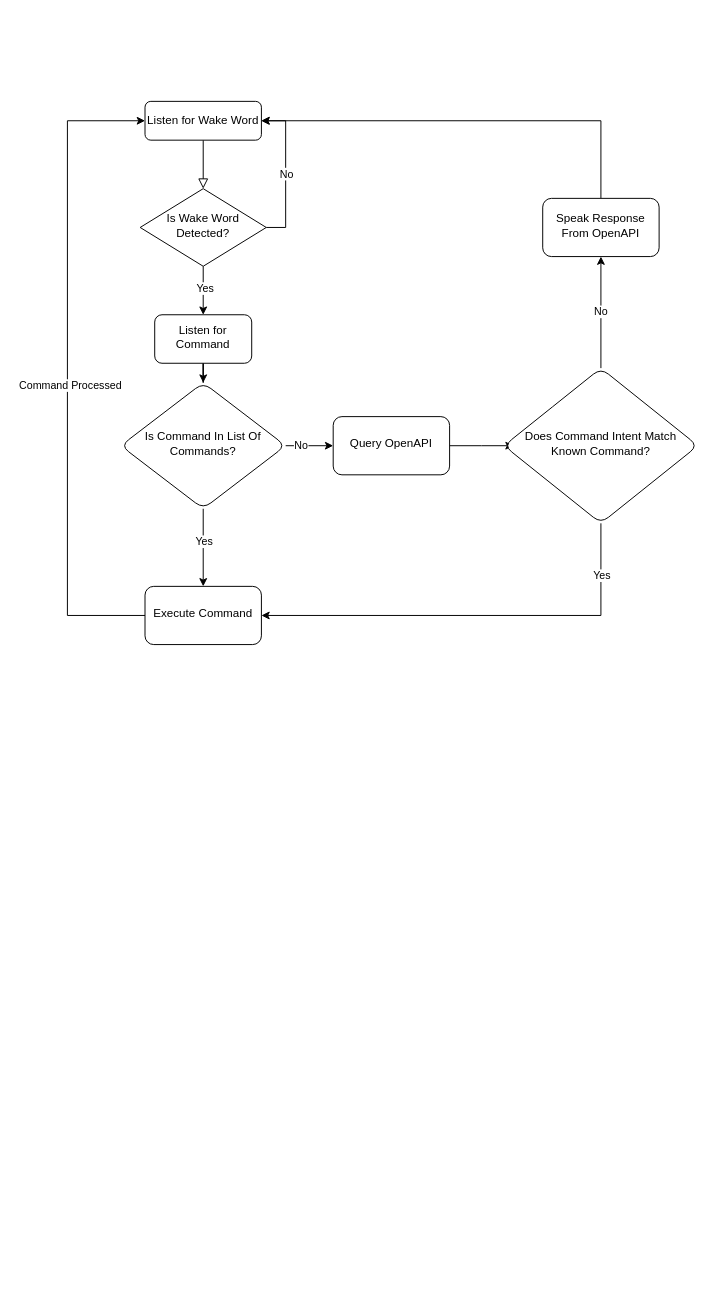
This is Logic_Diagram.drawio from mimcmahon20/Jarvis, a draw.io file, before an edit. Source tidied: cells renumbered, new cells numbered last; positions are measured from the earlier drawing's top-left corner, leaving out a move shared by most shapes. Both pictures are drawn from the tidied source at 97%, with x=0, y=0 at pixel (67, 101).
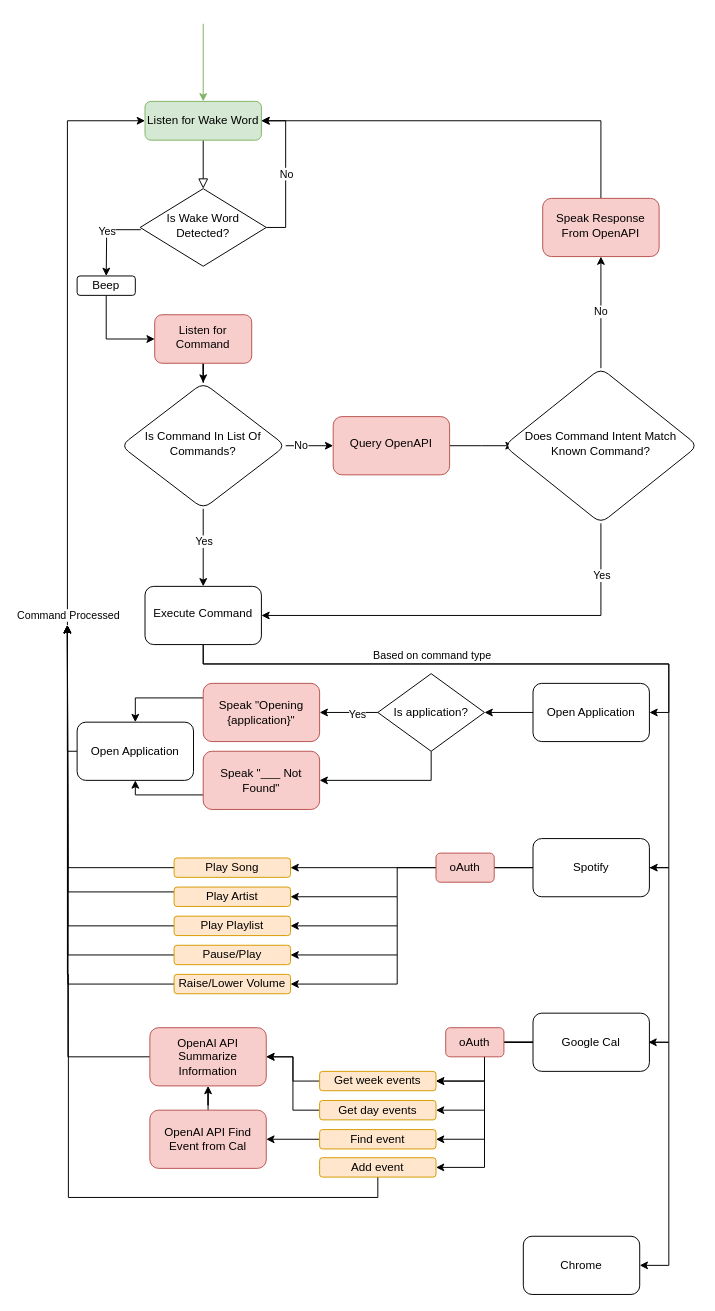
The same diagram, later.

The change refers to these unchanged cells:
```xml
<mxCell id="8" value="Is Wake Word Detected?" style="rhombus;whiteSpace=wrap;html=1;shadow=0;fontFamily=Helvetica;fontSize=12;align=center;strokeWidth=1;spacing=6;spacingTop=-4;" parent="1" vertex="1">
  <mxGeometry x="75" y="90" width="130" height="80" as="geometry" />
</mxCell>
<mxCell id="18" value="Execute Command" style="whiteSpace=wrap;html=1;rounded=1;shadow=0;strokeWidth=1;spacing=6;spacingTop=-4;" parent="1" vertex="1">
  <mxGeometry x="80" y="500" width="120" height="60" as="geometry" />
</mxCell>
```

Change to the diagram source:
```diff
@@
-    <mxCell id="3" value="Listen for Wake Word" style="rounded=1;whiteSpace=wrap;html=1;fontSize=12;glass=0;strokeWidth=1;shadow=0;" parent="1" vertex="1">
+    <mxCell id="3" value="Listen for Wake Word" style="rounded=1;whiteSpace=wrap;html=1;fontSize=12;glass=0;strokeWidth=1;shadow=0;fillColor=#d5e8d4;strokeColor=#82b366;" parent="1" vertex="1">
       <mxGeometry x="80" width="120" height="40" as="geometry" />
     </mxCell>
-    <mxCell id="4" style="edgeStyle=orthogonalEdgeStyle;rounded=0;jettySize=auto;html=1;exitX=0.5;exitY=1;exitDx=0;exitDy=0;" parent="1" edge="1" source="8" target="10">
-      <mxGeometry relative="1" as="geometry" />
+    <mxCell id="4" style="edgeStyle=orthogonalEdgeStyle;rounded=0;jettySize=auto;html=1;exitX=0.005;exitY=0.529;exitDx=0;exitDy=0;exitPerimeter=0;" parent="1" edge="1" source="8">
+      <mxGeometry relative="1" as="geometry">
+        <mxPoint x="40" y="180" as="targetPoint" />
+      </mxGeometry>
     </mxCell>
     <mxCell id="5" value="Yes" style="edgeLabel;html=1;align=center;verticalAlign=middle;" parent="4" vertex="1">
-      <mxGeometry x="-0.12" y="1" relative="1" as="geometry" />
+      <mxGeometry x="-0.12" y="1" relative="1" as="geometry">
+        <mxPoint x="-1" as="offset" />
+      </mxGeometry>
     </mxCell>
@@
-    <mxCell id="10" value="Listen for Command" style="rectangle;rounded=1;whiteSpace=wrap;html=1;shadow=0;fontFamily=Helvetica;fontSize=12;align=center;strokeWidth=1;spacing=6;spacingTop=-4;" parent="1" vertex="1">
+    <mxCell id="10" value="Listen for Command" style="rectangle;rounded=1;whiteSpace=wrap;html=1;shadow=0;fontFamily=Helvetica;fontSize=12;align=center;strokeWidth=1;spacing=6;spacingTop=-4;fillColor=#f8cecc;strokeColor=#b85450;" parent="1" vertex="1">
       <mxGeometry x="90" y="220" width="100" height="50" as="geometry" />
     </mxCell>
@@
-    <mxCell id="16" style="edgeStyle=orthogonalEdgeStyle;rounded=0;jettySize=auto;html=1;entryX=0;entryY=0.5;entryDx=0;entryDy=0;" parent="1" edge="1" source="18" target="3">
+    <mxCell id="16" style="edgeStyle=orthogonalEdgeStyle;rounded=0;jettySize=auto;html=1;entryX=0;entryY=0.5;entryDx=0;entryDy=0;" parent="1" edge="1" target="3">
       <mxGeometry relative="1" as="geometry">
+        <mxPoint y="540" as="sourcePoint" />
         <Array as="points">
-          <mxPoint y="530" />
           <mxPoint y="20" />
         </Array>
       </mxGeometry>
     </mxCell>
     <mxCell id="17" value="Command Processed" style="edgeLabel;html=1;align=center;verticalAlign=middle;" parent="16" vertex="1">
-      <mxGeometry x="-0.05" y="-2" relative="1" as="geometry" />
+      <mxGeometry x="-0.05" y="-2" relative="1" as="geometry">
+        <mxPoint x="-2" y="274" as="offset" />
+      </mxGeometry>
     </mxCell>
+    <mxCell id="28" style="edgeStyle=orthogonalEdgeStyle;rounded=0;jettySize=auto;html=1;entryX=1;entryY=0.5;entryDx=0;entryDy=0;" parent="1" edge="1" source="18" target="34">
+      <mxGeometry relative="1" as="geometry">
+        <Array as="points">
+          <mxPoint x="140" y="580" />
+          <mxPoint x="620" y="580" />
+          <mxPoint x="620" y="630" />
+        </Array>
+      </mxGeometry>
+    </mxCell>
+    <mxCell id="29" value="Based on command type" style="edgeLabel;html=1;align=center;verticalAlign=middle;" parent="28" vertex="1">
+      <mxGeometry x="-0.08" relative="1" as="geometry">
+        <mxPoint x="-7" y="-10" as="offset" />
+      </mxGeometry>
+    </mxCell>
+    <mxCell id="30" style="edgeStyle=orthogonalEdgeStyle;rounded=0;jettySize=auto;html=1;exitX=0.5;exitY=1;exitDx=0;exitDy=0;entryX=1;entryY=0.5;entryDx=0;entryDy=0;" parent="1" edge="1" source="18" target="37">
+      <mxGeometry relative="1" as="geometry">
+        <Array as="points">
+          <mxPoint x="140" y="580" />
+          <mxPoint x="620" y="580" />
+          <mxPoint x="620" y="790" />
+        </Array>
+      </mxGeometry>
+    </mxCell>
@@
-    <mxCell id="20" value="Query OpenAPI" style="whiteSpace=wrap;html=1;rounded=1;shadow=0;strokeWidth=1;spacing=6;spacingTop=-4;" parent="1" vertex="1">
+    <mxCell id="20" value="Query OpenAPI" style="whiteSpace=wrap;html=1;rounded=1;shadow=0;strokeWidth=1;spacing=6;spacingTop=-4;fillColor=#f8cecc;strokeColor=#b85450;" parent="1" vertex="1">
       <mxGeometry x="274" y="325" width="120" height="60" as="geometry" />
     </mxCell>
@@
-    <mxCell id="26" value="Speak Response From OpenAPI" style="whiteSpace=wrap;html=1;rounded=1;shadow=0;strokeWidth=1;spacing=6;spacingTop=-4;" parent="1" vertex="1">
+    <mxCell id="26" value="Speak Response From OpenAPI" style="whiteSpace=wrap;html=1;rounded=1;shadow=0;strokeWidth=1;spacing=6;spacingTop=-4;fillColor=#f8cecc;strokeColor=#b85450;" parent="1" vertex="1">
       <mxGeometry x="490" y="100" width="120" height="60" as="geometry" />
     </mxCell>
@@
+    <mxCell id="31" style="edgeStyle=orthogonalEdgeStyle;rounded=0;jettySize=auto;html=1;exitX=0.5;exitY=1;exitDx=0;exitDy=0;entryX=0;entryY=0.5;entryDx=0;entryDy=0;" parent="1" edge="1" source="32" target="10">
+      <mxGeometry relative="1" as="geometry" />
+    </mxCell>
+    <mxCell id="32" value="Beep" style="rounded=1;whiteSpace=wrap;html=1;" parent="1" vertex="1">
+      <mxGeometry x="10" y="180" width="60" height="20" as="geometry" />
+    </mxCell>
+    <mxCell id="33" style="edgeStyle=orthogonalEdgeStyle;rounded=0;jettySize=auto;html=1;exitX=0;exitY=0.5;exitDx=0;exitDy=0;" parent="1" edge="1" source="34" target="41">
+      <mxGeometry relative="1" as="geometry" />
+    </mxCell>
+    <mxCell id="34" value="Open Application" style="rounded=1;whiteSpace=wrap;html=1;" parent="1" vertex="1">
+      <mxGeometry x="480" y="600" width="120" height="60" as="geometry" />
+    </mxCell>
+    <mxCell id="35" style="edgeStyle=orthogonalEdgeStyle;rounded=0;jettySize=auto;html=1;exitX=0;exitY=0.5;exitDx=0;exitDy=0;" parent="1" edge="1" source="37" target="47">
+      <mxGeometry relative="1" as="geometry" />
+    </mxCell>
+    <mxCell id="36" style="edgeStyle=orthogonalEdgeStyle;rounded=0;jettySize=auto;html=1;exitX=0;exitY=0.5;exitDx=0;exitDy=0;" parent="1" edge="1" source="37" target="49">
+      <mxGeometry relative="1" as="geometry">
+        <Array as="points">
+          <mxPoint x="340" y="790" />
+          <mxPoint x="340" y="820" />
+        </Array>
+      </mxGeometry>
+    </mxCell>
+    <mxCell id="37" value="Spotify" style="rounded=1;whiteSpace=wrap;html=1;" parent="1" vertex="1">
+      <mxGeometry x="480" y="760" width="120" height="60" as="geometry" />
+    </mxCell>
+    <mxCell id="38" style="edgeStyle=orthogonalEdgeStyle;rounded=0;jettySize=auto;html=1;" parent="1" edge="1" source="41" target="43">
+      <mxGeometry relative="1" as="geometry" />
+    </mxCell>
+    <mxCell id="39" value="Yes" style="edgeLabel;html=1;align=center;verticalAlign=middle;" parent="38" vertex="1">
+      <mxGeometry x="-0.28" y="1" relative="1" as="geometry" />
+    </mxCell>
+    <mxCell id="40" style="edgeStyle=orthogonalEdgeStyle;rounded=0;jettySize=auto;html=1;exitX=0.5;exitY=1;exitDx=0;exitDy=0;" parent="1" edge="1" source="41" target="45">
+      <mxGeometry relative="1" as="geometry" />
+    </mxCell>
+    <mxCell id="41" value="Is application?" style="rhombus;whiteSpace=wrap;html=1;" parent="1" vertex="1">
+      <mxGeometry x="320" y="590" width="110" height="80" as="geometry" />
+    </mxCell>
+    <mxCell id="42" style="edgeStyle=orthogonalEdgeStyle;rounded=0;jettySize=auto;html=1;exitX=0;exitY=0.25;exitDx=0;exitDy=0;entryX=0.5;entryY=0;entryDx=0;entryDy=0;" parent="1" edge="1" source="43" target="60">
+      <mxGeometry relative="1" as="geometry">
+        <Array as="points">
+          <mxPoint x="70" y="615" />
+        </Array>
+      </mxGeometry>
+    </mxCell>
+    <mxCell id="43" value="Speak &quot;Opening {application}&quot;" style="rounded=1;whiteSpace=wrap;html=1;fillColor=#f8cecc;strokeColor=#b85450;" parent="1" vertex="1">
+      <mxGeometry x="140" y="600" width="120" height="60" as="geometry" />
+    </mxCell>
+    <mxCell id="44" style="edgeStyle=orthogonalEdgeStyle;rounded=0;jettySize=auto;html=1;exitX=0;exitY=0.75;exitDx=0;exitDy=0;entryX=0.5;entryY=1;entryDx=0;entryDy=0;" parent="1" edge="1" source="45" target="60">
+      <mxGeometry relative="1" as="geometry">
+        <Array as="points">
+          <mxPoint x="70" y="715" />
+        </Array>
+      </mxGeometry>
+    </mxCell>
+    <mxCell id="45" value="Speak &quot;___ Not Found&quot;" style="rounded=1;whiteSpace=wrap;html=1;fillColor=#f8cecc;strokeColor=#b85450;" parent="1" vertex="1">
+      <mxGeometry x="140" y="670" width="120" height="60" as="geometry" />
+    </mxCell>
+    <mxCell id="46" style="edgeStyle=orthogonalEdgeStyle;rounded=0;jettySize=auto;html=1;exitX=0;exitY=0.5;exitDx=0;exitDy=0;" parent="1" edge="1" source="47">
+      <mxGeometry relative="1" as="geometry">
+        <mxPoint y="540" as="targetPoint" />
+      </mxGeometry>
+    </mxCell>
+    <mxCell id="47" value="Play Song" style="rounded=1;whiteSpace=wrap;html=1;fillColor=#ffe6cc;strokeColor=#d79b00;" parent="1" vertex="1">
+      <mxGeometry x="110" y="780" width="120" height="20" as="geometry" />
+    </mxCell>
+    <mxCell id="48" style="edgeStyle=orthogonalEdgeStyle;rounded=0;jettySize=auto;html=1;exitX=0;exitY=0.25;exitDx=0;exitDy=0;" parent="1" edge="1" source="49">
+      <mxGeometry relative="1" as="geometry">
+        <mxPoint y="540" as="targetPoint" />
+      </mxGeometry>
+    </mxCell>
+    <mxCell id="49" value="Play Artist" style="rounded=1;whiteSpace=wrap;html=1;fillColor=#ffe6cc;strokeColor=#d79b00;" parent="1" vertex="1">
+      <mxGeometry x="110" y="810" width="120" height="20" as="geometry" />
+    </mxCell>
+    <mxCell id="50" style="edgeStyle=orthogonalEdgeStyle;rounded=0;jettySize=auto;html=1;entryX=1;entryY=0.5;entryDx=0;entryDy=0;" parent="1" edge="1" target="52">
+      <mxGeometry relative="1" as="geometry">
+        <mxPoint x="340" y="820" as="sourcePoint" />
+        <Array as="points">
+          <mxPoint x="340" y="820" />
+          <mxPoint x="340" y="850" />
+        </Array>
+      </mxGeometry>
+    </mxCell>
+    <mxCell id="51" style="edgeStyle=orthogonalEdgeStyle;rounded=0;jettySize=auto;html=1;exitX=0;exitY=0.5;exitDx=0;exitDy=0;" parent="1" edge="1" source="52">
+      <mxGeometry relative="1" as="geometry">
+        <mxPoint y="540" as="targetPoint" />
+      </mxGeometry>
+    </mxCell>
+    <mxCell id="52" value="Play Playlist" style="rounded=1;whiteSpace=wrap;html=1;fillColor=#ffe6cc;strokeColor=#d79b00;" parent="1" vertex="1">
+      <mxGeometry x="110" y="840" width="120" height="20" as="geometry" />
+    </mxCell>
+    <mxCell id="53" style="edgeStyle=orthogonalEdgeStyle;rounded=0;jettySize=auto;html=1;entryX=1;entryY=0.5;entryDx=0;entryDy=0;" parent="1" edge="1" target="55">
+      <mxGeometry relative="1" as="geometry">
+        <mxPoint x="340" y="850" as="sourcePoint" />
+        <Array as="points">
+          <mxPoint x="340" y="850" />
+          <mxPoint x="340" y="880" />
+        </Array>
+      </mxGeometry>
+    </mxCell>
+    <mxCell id="54" style="edgeStyle=orthogonalEdgeStyle;rounded=0;jettySize=auto;html=1;exitX=0;exitY=0.5;exitDx=0;exitDy=0;" parent="1" edge="1" source="55">
+      <mxGeometry relative="1" as="geometry">
+        <mxPoint y="540" as="targetPoint" />
+      </mxGeometry>
+    </mxCell>
+    <mxCell id="55" value="Pause/Play" style="rounded=1;whiteSpace=wrap;html=1;fillColor=#ffe6cc;strokeColor=#d79b00;" parent="1" vertex="1">
+      <mxGeometry x="110" y="870" width="120" height="20" as="geometry" />
+    </mxCell>
+    <mxCell id="56" style="edgeStyle=orthogonalEdgeStyle;rounded=0;jettySize=auto;html=1;entryX=1;entryY=0.5;entryDx=0;entryDy=0;" parent="1" edge="1" target="58">
+      <mxGeometry relative="1" as="geometry">
+        <mxPoint x="340" y="880" as="sourcePoint" />
+        <Array as="points">
+          <mxPoint x="340" y="880" />
+          <mxPoint x="340" y="910" />
+        </Array>
+      </mxGeometry>
+    </mxCell>
+    <mxCell id="57" style="edgeStyle=orthogonalEdgeStyle;rounded=0;jettySize=auto;html=1;exitX=0;exitY=0.5;exitDx=0;exitDy=0;" parent="1" edge="1" source="58">
+      <mxGeometry relative="1" as="geometry">
+        <mxPoint y="540" as="targetPoint" />
+      </mxGeometry>
+    </mxCell>
+    <mxCell id="58" value="Raise/Lower Volume" style="rounded=1;whiteSpace=wrap;html=1;fillColor=#ffe6cc;strokeColor=#d79b00;" parent="1" vertex="1">
+      <mxGeometry x="110" y="900" width="120" height="20" as="geometry" />
+    </mxCell>
+    <mxCell id="59" style="edgeStyle=orthogonalEdgeStyle;rounded=0;jettySize=auto;html=1;exitX=0;exitY=0.5;exitDx=0;exitDy=0;" parent="1" edge="1" source="60">
+      <mxGeometry relative="1" as="geometry">
+        <mxPoint y="540" as="targetPoint" />
+        <Array as="points">
+          <mxPoint y="670" />
+        </Array>
+      </mxGeometry>
+    </mxCell>
+    <mxCell id="60" value="Open Application" style="rounded=1;whiteSpace=wrap;html=1;" parent="1" vertex="1">
+      <mxGeometry x="10" y="640" width="120" height="60" as="geometry" />
+    </mxCell>
+    <mxCell id="61" style="endArrow=classic;html=1;rounded=0;entryX=0.5;entryY=0;entryDx=0;entryDy=0;fillColor=#d5e8d4;strokeColor=#82b366;" parent="1" edge="1" target="3">
+      <mxGeometry relative="1" as="geometry">
+        <mxPoint x="140" y="-80" as="sourcePoint" />
+      </mxGeometry>
+    </mxCell>
+    <mxCell id="62" style="edgeStyle=orthogonalEdgeStyle;rounded=0;jettySize=auto;html=1;exitX=0;exitY=0.5;exitDx=0;exitDy=0;entryX=1;entryY=0.5;entryDx=0;entryDy=0;" parent="1" edge="1" source="64" target="72">
+      <mxGeometry relative="1" as="geometry" />
+    </mxCell>
+    <mxCell id="63" style="edgeStyle=orthogonalEdgeStyle;rounded=0;jettySize=auto;html=1;exitX=1;exitY=0.5;exitDx=0;exitDy=0;entryX=1;entryY=0.5;entryDx=0;entryDy=0;" parent="1" edge="1" source="64" target="84">
+      <mxGeometry relative="1" as="geometry" />
+    </mxCell>
+    <mxCell id="64" value="Google Cal" style="rounded=1;whiteSpace=wrap;html=1;" parent="1" vertex="1">
+      <mxGeometry x="480" y="940" width="120" height="60" as="geometry" />
+    </mxCell>
+    <mxCell id="65" style="edgeStyle=orthogonalEdgeStyle;rounded=0;jettySize=auto;html=1;exitX=1;exitY=0.5;exitDx=0;exitDy=0;" parent="1" edge="1" source="37">
+      <mxGeometry relative="1" as="geometry">
+        <mxPoint x="599" y="970" as="targetPoint" />
+        <Array as="points">
+          <mxPoint x="620" y="790" />
+          <mxPoint x="620" y="970" />
+          <mxPoint x="599" y="970" />
+        </Array>
+      </mxGeometry>
+    </mxCell>
+    <mxCell id="66" value="oAuth" style="rounded=1;whiteSpace=wrap;html=1;fillColor=#f8cecc;strokeColor=#b85450;" parent="1" vertex="1">
+      <mxGeometry x="380" y="775" width="60" height="30" as="geometry" />
+    </mxCell>
+    <mxCell id="67" style="edgeStyle=orthogonalEdgeStyle;rounded=0;jettySize=auto;html=1;exitX=0;exitY=0.5;exitDx=0;exitDy=0;entryX=1;entryY=0.5;entryDx=0;entryDy=0;" parent="1" edge="1" source="79" target="70">
+      <mxGeometry relative="1" as="geometry">
+        <Array as="points">
+          <mxPoint x="430" y="970" />
+          <mxPoint x="430" y="1010" />
+        </Array>
+      </mxGeometry>
+    </mxCell>
+    <mxCell id="68" style="edgeStyle=orthogonalEdgeStyle;rounded=0;jettySize=auto;html=1;exitX=0;exitY=0.5;exitDx=0;exitDy=0;entryX=1;entryY=0.5;entryDx=0;entryDy=0;" parent="1" edge="1" source="64" target="70">
+      <mxGeometry relative="1" as="geometry" />
+    </mxCell>
+    <mxCell id="69" style="edgeStyle=orthogonalEdgeStyle;rounded=0;jettySize=auto;html=1;exitX=0;exitY=0.5;exitDx=0;exitDy=0;entryX=1;entryY=0.5;entryDx=0;entryDy=0;" parent="1" edge="1" source="70" target="81">
+      <mxGeometry relative="1" as="geometry" />
+    </mxCell>
+    <mxCell id="70" value="Get week events" style="rounded=1;whiteSpace=wrap;html=1;fillColor=#ffe6cc;strokeColor=#d79b00;" parent="1" vertex="1">
+      <mxGeometry x="260" y="1000" width="120" height="20" as="geometry" />
+    </mxCell>
+    <mxCell id="71" style="edgeStyle=orthogonalEdgeStyle;rounded=0;jettySize=auto;html=1;exitX=0;exitY=0.5;exitDx=0;exitDy=0;entryX=1;entryY=0.5;entryDx=0;entryDy=0;" parent="1" edge="1" source="72" target="81">
+      <mxGeometry relative="1" as="geometry" />
+    </mxCell>
+    <mxCell id="72" value="Get day events" style="rounded=1;whiteSpace=wrap;html=1;fillColor=#ffe6cc;strokeColor=#d79b00;" parent="1" vertex="1">
+      <mxGeometry x="260" y="1030" width="120" height="20" as="geometry" />
+    </mxCell>
+    <mxCell id="73" style="edgeStyle=orthogonalEdgeStyle;rounded=0;jettySize=auto;html=1;entryX=1;entryY=0.5;entryDx=0;entryDy=0;exitX=0;exitY=0.5;exitDx=0;exitDy=0;" parent="1" edge="1" source="64" target="75">
+      <mxGeometry relative="1" as="geometry">
+        <Array as="points">
+          <mxPoint x="430" y="970" />
+          <mxPoint x="430" y="1070" />
+        </Array>
+      </mxGeometry>
+    </mxCell>
+    <mxCell id="74" style="edgeStyle=orthogonalEdgeStyle;rounded=0;jettySize=auto;html=1;exitX=0;exitY=0.5;exitDx=0;exitDy=0;entryX=1;entryY=0.5;entryDx=0;entryDy=0;" parent="1" edge="1" source="75" target="83">
+      <mxGeometry relative="1" as="geometry" />
+    </mxCell>
+    <mxCell id="75" value="Find event" style="rounded=1;whiteSpace=wrap;html=1;fillColor=#ffe6cc;strokeColor=#d79b00;" parent="1" vertex="1">
+      <mxGeometry x="260" y="1060" width="120" height="20" as="geometry" />
+    </mxCell>
+    <mxCell id="76" style="edgeStyle=orthogonalEdgeStyle;rounded=0;jettySize=auto;html=1;entryX=1;entryY=0.5;entryDx=0;entryDy=0;exitX=0;exitY=0.5;exitDx=0;exitDy=0;" parent="1" edge="1" source="64" target="78">
+      <mxGeometry relative="1" as="geometry">
+        <Array as="points">
+          <mxPoint x="430" y="970" />
+          <mxPoint x="430" y="1099" />
+        </Array>
+      </mxGeometry>
+    </mxCell>
+    <mxCell id="77" style="edgeStyle=orthogonalEdgeStyle;rounded=0;jettySize=auto;html=1;exitX=0;exitY=0.5;exitDx=0;exitDy=0;" parent="1" edge="1" source="78">
+      <mxGeometry relative="1" as="geometry">
+        <mxPoint y="540" as="targetPoint" />
+        <Array as="points">
+          <mxPoint x="320" y="1099" />
+          <mxPoint x="320" y="1130" />
+          <mxPoint x="1" y="1130" />
+          <mxPoint x="1" y="900" />
+        </Array>
+      </mxGeometry>
+    </mxCell>
+    <mxCell id="78" value="Add event" style="rounded=1;whiteSpace=wrap;html=1;fillColor=#ffe6cc;strokeColor=#d79b00;" parent="1" vertex="1">
+      <mxGeometry x="260" y="1089" width="120" height="20" as="geometry" />
+    </mxCell>
+    <mxCell id="79" value="oAuth" style="rounded=1;whiteSpace=wrap;html=1;fillColor=#f8cecc;strokeColor=#b85450;" parent="1" vertex="1">
+      <mxGeometry x="390" y="955" width="60" height="30" as="geometry" />
+    </mxCell>
+    <mxCell id="80" style="edgeStyle=orthogonalEdgeStyle;rounded=0;jettySize=auto;html=1;exitX=0;exitY=0.5;exitDx=0;exitDy=0;" parent="1" edge="1" source="81">
+      <mxGeometry relative="1" as="geometry">
+        <mxPoint y="540" as="targetPoint" />
+      </mxGeometry>
+    </mxCell>
+    <mxCell id="81" value="OpenAI API Summarize Information" style="rounded=1;whiteSpace=wrap;html=1;fillColor=#f8cecc;strokeColor=#b85450;" parent="1" vertex="1">
+      <mxGeometry x="85" y="955" width="120" height="60" as="geometry" />
+    </mxCell>
+    <mxCell id="82" style="edgeStyle=orthogonalEdgeStyle;rounded=0;jettySize=auto;html=1;entryX=0.5;entryY=1;entryDx=0;entryDy=0;" parent="1" edge="1" source="83" target="81">
+      <mxGeometry relative="1" as="geometry" />
+    </mxCell>
+    <mxCell id="83" value="OpenAI API Find Event from Cal" style="rounded=1;whiteSpace=wrap;html=1;fillColor=#f8cecc;strokeColor=#b85450;" parent="1" vertex="1">
+      <mxGeometry x="85" y="1040" width="120" height="60" as="geometry" />
+    </mxCell>
+    <mxCell id="84" value="Chrome" style="rounded=1;whiteSpace=wrap;html=1;" parent="1" vertex="1">
+      <mxGeometry x="470" y="1170" width="120" height="60" as="geometry" />
+    </mxCell>
```
